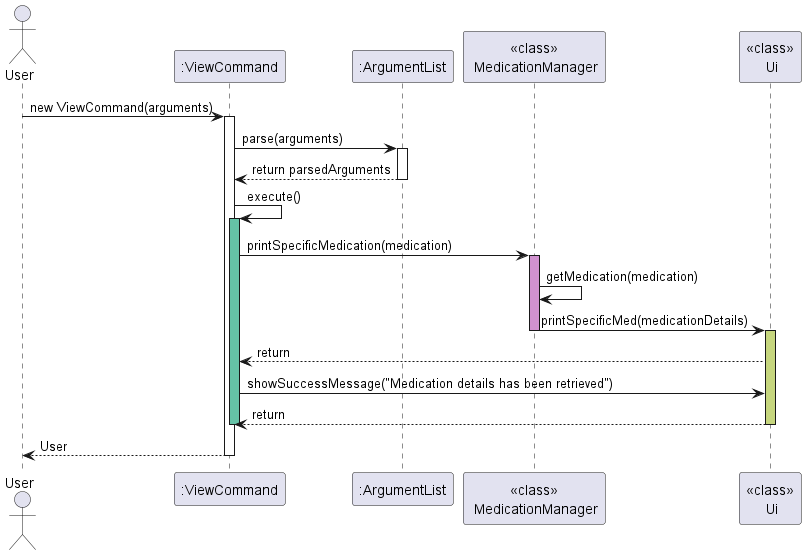
This is docs/images/ViewCommand.png from e0958902/tp, a PlantUML export, as it was before one commit.
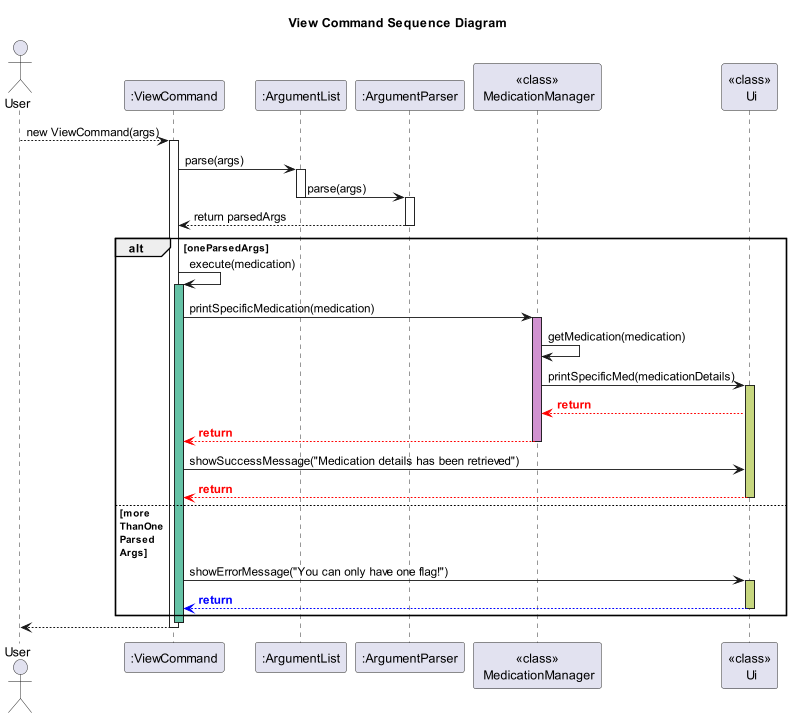
Later version of the same file.

Commit message:
Update Sequence Diagram

The edit, as a diff of the source:
```diff
@@ -1,32 +1,52 @@
 @startuml
+
 actor User
+title View Command Sequence Diagram
 participant ":ViewCommand" as ViewCommand
 participant ":ArgumentList" as ArgumentList
+participant ":ArgumentParser" as ArgumentParser
 participant "<<class>>\n MedicationManager" as MedicationManager
 participant "<<class>>\n Ui" as Ui
 
-User -> ViewCommand: new ViewCommand(arguments)
+User --> ViewCommand: new ViewCommand(args)
 activate ViewCommand
-ViewCommand -> ArgumentList: parse(arguments)
+ViewCommand -> ArgumentList: parse(args)
+
 activate ArgumentList
-ArgumentList --> ViewCommand: return parsedArguments
+ArgumentList -> ArgumentParser: parse(args)
 deactivate ArgumentList
 
-ViewCommand -> ViewCommand: execute()
-activate ViewCommand #65c2a6
+activate ArgumentParser
+ArgumentParser --> ViewCommand: return parsedArgs
+deactivate ArgumentParser
 
-ViewCommand -> MedicationManager: printSpecificMedication(medication)
-activate MedicationManager #d192d0
-MedicationManager -> MedicationManager: getMedication(medication)
+alt #transparent oneParsedArgs
+    ViewCommand -> ViewCommand: execute(medication)
+    activate ViewCommand #65c2a6
 
-MedicationManager -> Ui: printSpecificMed(medicationDetails)
-deactivate MedicationManager
-activate Ui #c6d67e
-Ui --> ViewCommand: return
+    ViewCommand -> MedicationManager: printSpecificMedication(medication)
+    activate MedicationManager #d192d0
+    MedicationManager -> MedicationManager: getMedication(medication)
 
-ViewCommand -> Ui: showSuccessMessage("Medication details has been retrieved")
-Ui --> ViewCommand: return
-deactivate Ui
+    MedicationManager -> Ui: printSpecificMed(medicationDetails)
+    activate Ui #c6d67e
+    Ui --[#red]> MedicationManager: <font color=red><b>return
+    MedicationManager --[#red]> ViewCommand: <font color=red><b>return
+    deactivate MedicationManager
+
+    ViewCommand -> Ui: showSuccessMessage("Medication details has been retrieved")
+    Ui --[#red]> ViewCommand: <font color=red><b>return
+    deactivate Ui
+
+else #transparent more\nThanOne\nParsed\nArgs
+    ViewCommand -> Ui: showErrorMessage("You can only have one flag!")
+    activate Ui #c6d67e
+    Ui --[#blue]> ViewCommand: <font color=blue><b>return
+    deactivate Ui
+end
+
 deactivate ViewCommand
-return User
+User <-- ViewCommand
+deactivate ViewCommand
+
 @enduml
```
